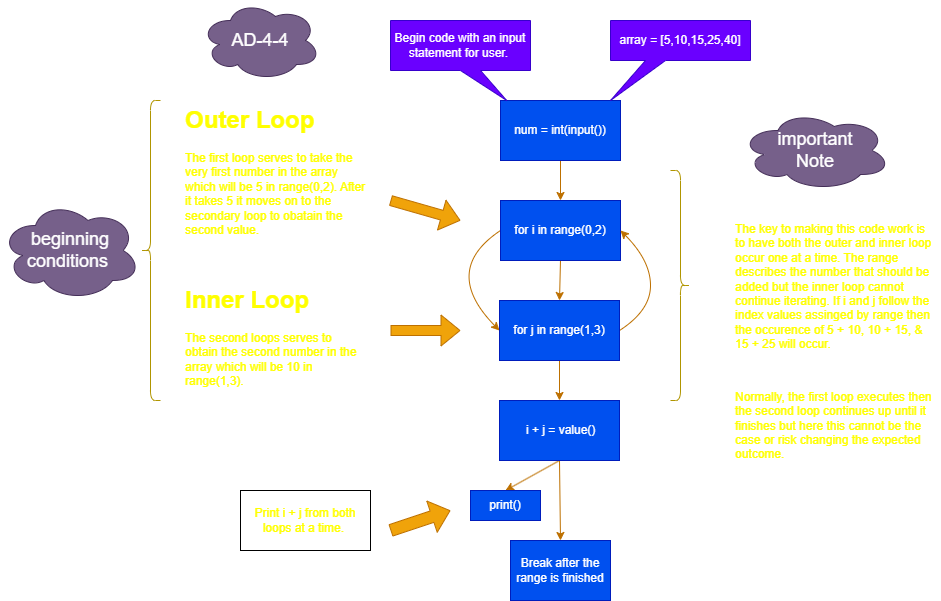
The draw.io diagram draw.png in ipivanparra/AD-4-4, before a commit. Source tidied: cells renumbered, new cells last; positions are measured from the earlier drawing's top-left corner, leaving out a move shared by most shapes.
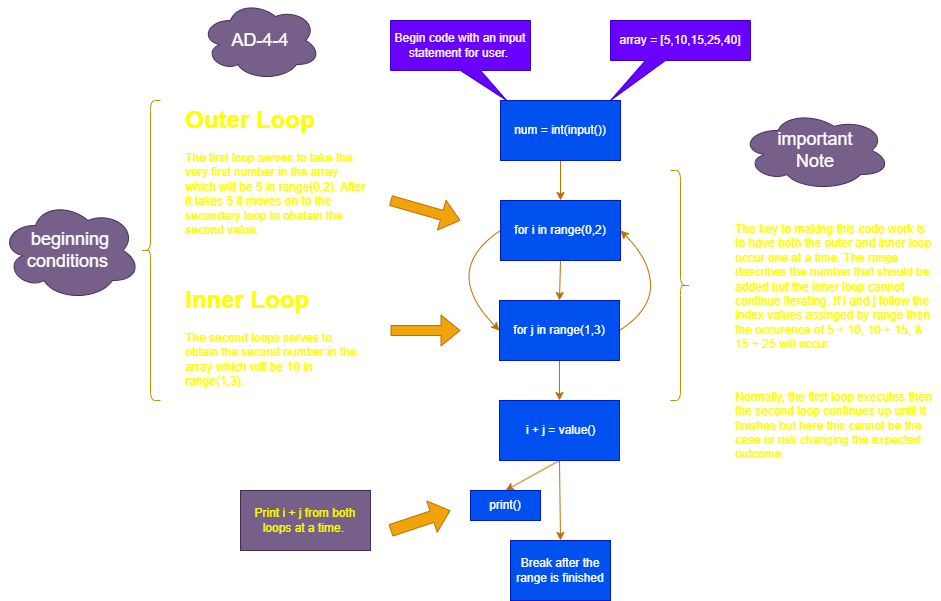
The same file after the commit.

Change to the diagram source:
```diff
@@ -79,7 +79,7 @@
     <mxCell id="21" value="&lt;ul&gt;&lt;li&gt;&lt;font color=&quot;#ffff00&quot;&gt;The key to making this code work is to have both the outer and inner loop occur one at a time. The range describes the number that should be added but the inner loop cannot continue iterating. If i and j follow the index values assinged by range then the occurence of 5 + 10, 10 + 15, &amp;amp; 15 + 25 will occur.&lt;/font&gt;&lt;/li&gt;&lt;/ul&gt;&lt;div&gt;&lt;font color=&quot;#ff0000&quot;&gt;&lt;br&gt;&lt;/font&gt;&lt;/div&gt;&lt;ul&gt;&lt;li&gt;&lt;font color=&quot;#ffff00&quot;&gt;Normally, the first loop executes then the second loop continues up until it finishes but here this cannot be the case or risk changing the expected outcome.&amp;nbsp;&lt;/font&gt;&lt;/li&gt;&lt;/ul&gt;&lt;p&gt;&lt;/p&gt;" style="text;html=1;strokeColor=none;fillColor=none;spacing=5;spacingTop=-20;whiteSpace=wrap;overflow=hidden;rounded=0;fontColor=#FFFFFF;" parent="1" vertex="1">
       <mxGeometry x="690" y="220" width="250" height="270" as="geometry" />
     </mxCell>
-    <mxCell id="22" value="&lt;font color=&quot;#ffff00&quot;&gt;Print i + j from both loops at a time.&amp;nbsp;&lt;/font&gt;" style="rounded=0;whiteSpace=wrap;html=1;fontColor=#FF0000;" parent="1" vertex="1">
+    <mxCell id="22" value="&lt;font color=&quot;#ffff00&quot;&gt;Print i + j from both loops at a time.&amp;nbsp;&lt;/font&gt;" style="rounded=0;whiteSpace=wrap;html=1;fontColor=#ffffff;fillColor=#76608a;strokeColor=#432D57;" parent="1" vertex="1">
       <mxGeometry x="240" y="490" width="130" height="60" as="geometry" />
     </mxCell>
     <mxCell id="23" style="shape=flexArrow;endArrow=classic;html=1;fontColor=#FF0000;startSize=6;curved=1;jumpStyle=arc;fillColor=#f0a30a;strokeColor=#BD7000;width=12;endSize=6;" parent="1" edge="1">
```
